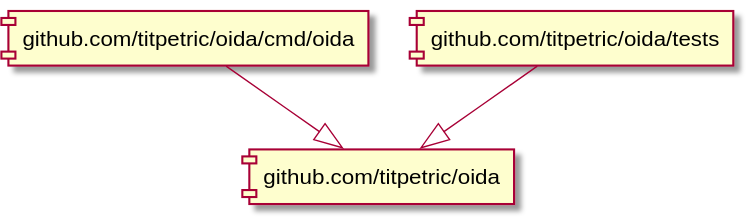
Earlier version of the PlantUML export docs/assets/imports.svg (titpetric/oida).
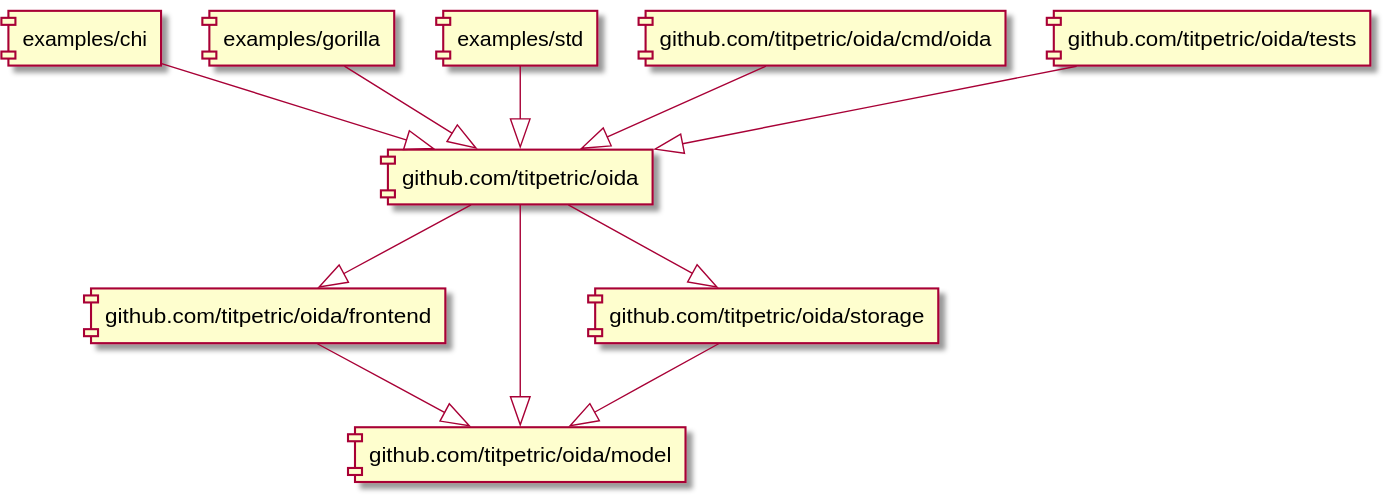
After the change.

What changed in the source:
```diff
@@ -1,4 +1,12 @@
 @startuml
+[examples/chi] --|> [github.com/titpetric/oida]
+[examples/gorilla] --|> [github.com/titpetric/oida]
+[examples/std] --|> [github.com/titpetric/oida]
+[github.com/titpetric/oida] --|> [github.com/titpetric/oida/frontend]
+[github.com/titpetric/oida] --|> [github.com/titpetric/oida/model]
+[github.com/titpetric/oida] --|> [github.com/titpetric/oida/storage]
 [github.com/titpetric/oida/cmd/oida] --|> [github.com/titpetric/oida]
+[github.com/titpetric/oida/frontend] --|> [github.com/titpetric/oida/model]
+[github.com/titpetric/oida/storage] --|> [github.com/titpetric/oida/model]
 [github.com/titpetric/oida/tests] --|> [github.com/titpetric/oida]
 @enduml
```
